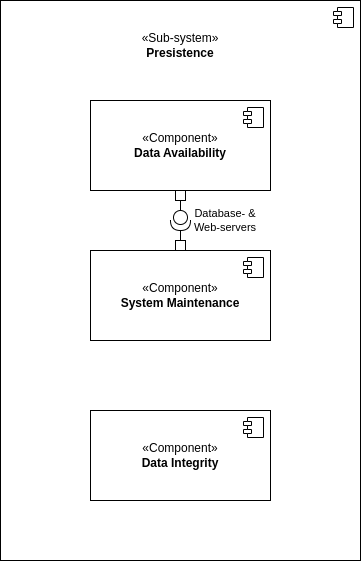
Earlier version of the draw.io export fen/y3/code/2dt902/labs/proj/img/sub-system1.drawio.png (TheFirstFen/lnu). Source tidied: cells renumbered, new cells last; positions are measured from the earlier drawing's top-left corner, leaving out a move shared by most shapes.
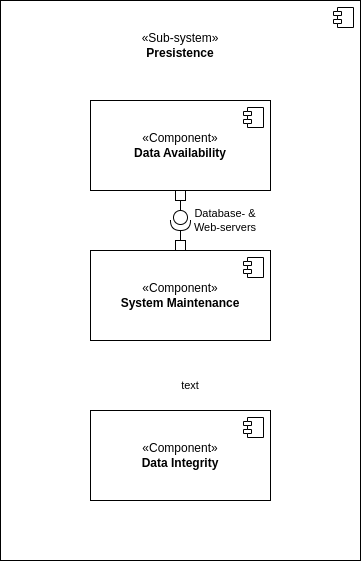
After the change.

Commit message:
worked on 2dt902 proj

What changed in the source:
```diff
@@ -37,6 +37,9 @@
         <mxPoint x="-27" y="7" as="offset" />
       </mxGeometry>
     </mxCell>
+    <mxCell id="17" value="text" style="text;html=1;align=center;verticalAlign=middle;whiteSpace=wrap;rounded=0;fontFamily=Helvetica;fontSize=11;fontColor=default;labelBackgroundColor=default;" parent="1" vertex="1">
+      <mxGeometry x="160" y="370" width="60" height="30" as="geometry" />
+    </mxCell>
     <mxCell id="11" style="html=1;whiteSpace=wrap;fontFamily=Helvetica;fontSize=11;fontColor=default;labelBackgroundColor=default;" parent="1" vertex="1">
       <mxGeometry x="175" y="190" width="10" height="10" as="geometry" />
     </mxCell>
```
